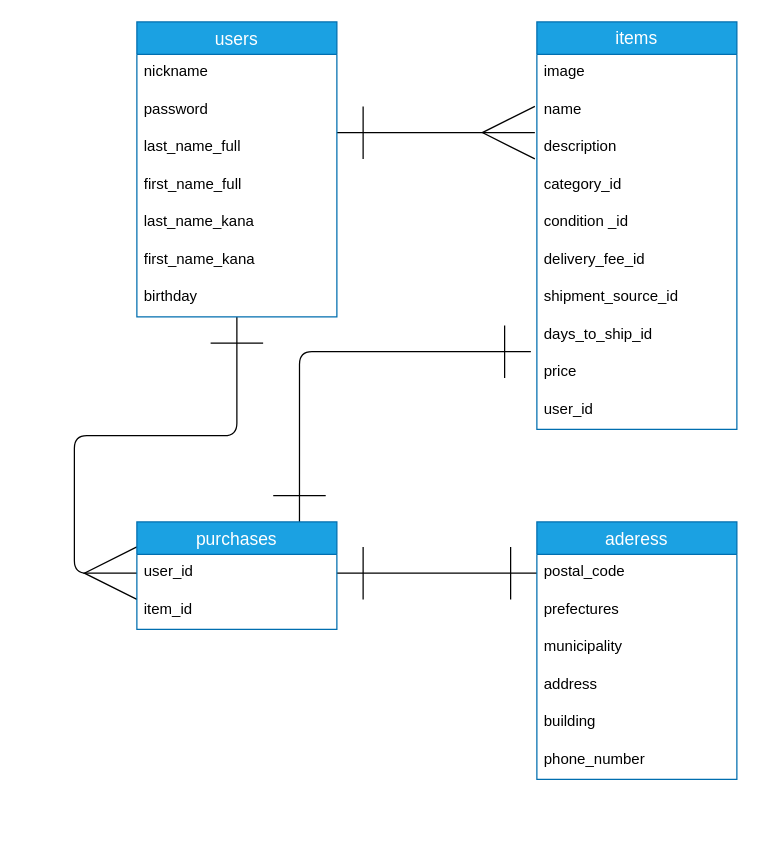
Above: er.dio in takuro-yamamoto/furima-31958 (draw.io), before the change. Source tidied: cells renumbered, new cells numbered last; positions are measured from the earlier drawing's top-left corner, leaving out a move shared by most shapes. Both pictures are drawn from the tidied source at 125%, with x=0, y=0 at pixel (136, 21).
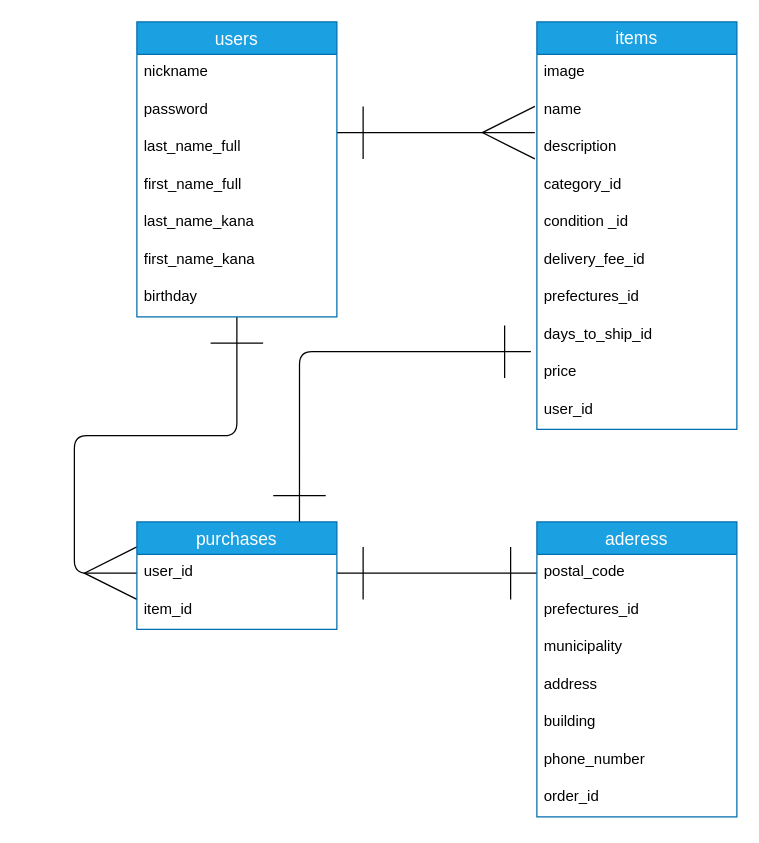
After the change.

Unchanged cells that the change refers to:
```xml
<mxCell id="13" value="items" style="swimlane;fontStyle=0;horizontal=1;startSize=26;align=center;fontSize=14;whiteSpace=wrap;html=1;fillColor=#1ba1e2;strokeColor=#006EAF;fontColor=#ffffff;" parent="1" vertex="1">
  <mxGeometry x="320" width="160" height="326" as="geometry" />
</mxCell>
```

What changed in the source:
```diff
@@
-    <mxCell id="20" value="shipment_source_id" style="text;strokeColor=none;fillColor=none;spacingLeft=4;spacingRight=4;overflow=hidden;fontSize=12;" parent="13" vertex="1">
+    <mxCell id="20" value="prefectures_id&#10;" style="text;strokeColor=none;fillColor=none;spacingLeft=4;spacingRight=4;overflow=hidden;fontSize=12;" parent="13" vertex="1">
       <mxGeometry y="206" width="160" height="30" as="geometry" />
     </mxCell>
@@
     <mxCell id="28" value="aderess" style="swimlane;fontStyle=0;horizontal=1;startSize=26;align=center;fontSize=14;fillColor=#1ba1e2;strokeColor=#006EAF;fontColor=#ffffff;" parent="1" vertex="1">
-      <mxGeometry x="320" y="400" width="160" height="206" as="geometry" />
+      <mxGeometry x="320" y="400" width="160" height="236" as="geometry" />
     </mxCell>
@@
-    <mxCell id="30" value="prefectures" style="text;strokeColor=none;fillColor=none;spacingLeft=4;spacingRight=4;overflow=hidden;fontSize=12;" parent="28" vertex="1">
+    <mxCell id="30" value="prefectures_id" style="text;strokeColor=none;fillColor=none;spacingLeft=4;spacingRight=4;overflow=hidden;fontSize=12;" parent="28" vertex="1">
       <mxGeometry y="56" width="160" height="30" as="geometry" />
     </mxCell>
@@
+    <mxCell id="35" value="order_id" style="text;strokeColor=none;fillColor=none;spacingLeft=4;spacingRight=4;overflow=hidden;fontSize=12;" parent="28" vertex="1">
+      <mxGeometry y="206" width="160" height="30" as="geometry" />
+    </mxCell>
```
